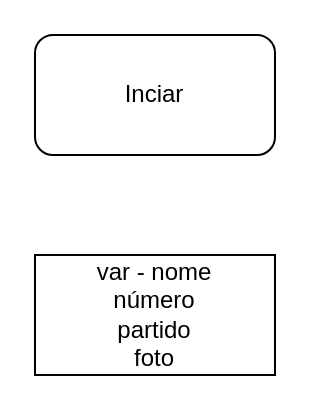
Earlier version of the draw.io diagram Diagrama sem nome.drawio (Pedro-e-Juliana0214/projeto-urna-2022). Source tidied: cells renumbered, new cells numbered last; positions are measured from the earlier drawing's top-left corner, leaving out a move shared by most shapes. Both pictures are drawn from the tidied source at 200%, with x=0, y=0 at pixel (34, 34).
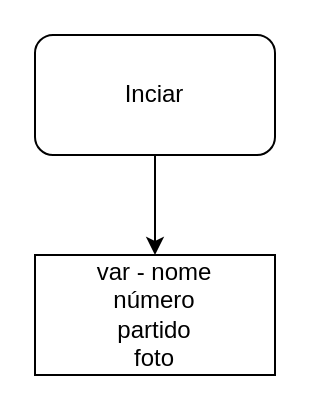
After the change.

The edit, as a diff of the source:
```diff
@@
 <mxGraphModel>
   <root>
     <mxCell id="0" />
     <mxCell id="1" parent="0" />
+    <mxCell id="4" style="edgeStyle=orthogonalEdgeStyle;rounded=0;jettySize=auto;html=1;exitX=0.5;exitY=1;exitDx=0;exitDy=0;entryX=0.5;entryY=0;entryDx=0;entryDy=0;" parent="1" edge="1" source="2" target="3">
+      <mxGeometry relative="1" as="geometry" />
+    </mxCell>
     <mxCell id="2" value="Inciar" style="rounded=1;whiteSpace=wrap;html=1;" parent="1" vertex="1">
       <mxGeometry width="120" height="60" as="geometry" />
     </mxCell>
     <mxCell id="3" value="var - nome&lt;br&gt;número&lt;br&gt;partido&lt;br&gt;foto" style="rounded=0;whiteSpace=wrap;html=1;" parent="1" vertex="1">
       <mxGeometry y="110" width="120" height="60" as="geometry" />
     </mxCell>
   </root>
 </mxGraphModel>
```
